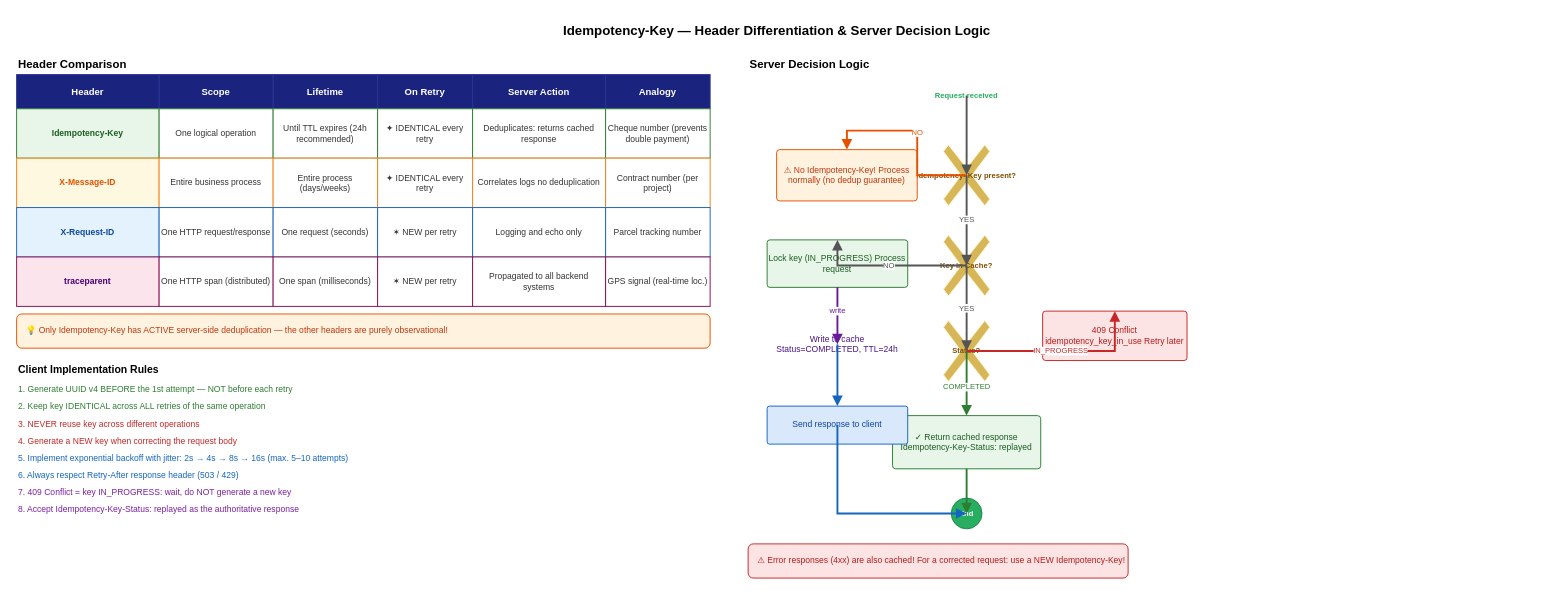
This is page "Header Differentiation" (2 of 2) of docs/usage/Idempotency_Key_Process_Flow.drawio from edgar-jung-test/gpke, a draw.io file, before an edit. Source tidied: cells renumbered, new cells numbered last; positions are measured from the earlier drawing's top-left corner, leaving out a move shared by most shapes. Both pictures are drawn from the tidied source at 95%, with x=0, y=0 at pixel (16, 16).
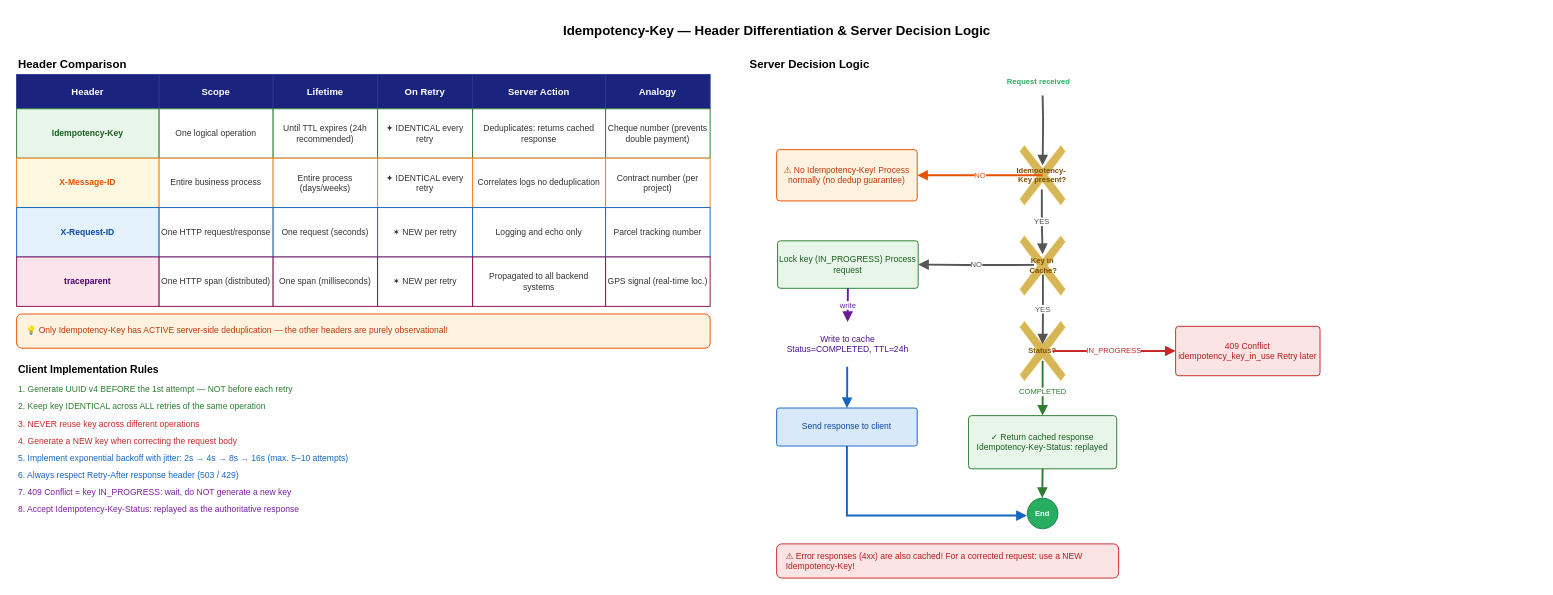
The same diagram, later.

The change refers to these unchanged cells:
```xml
<mxCell id="48" value="⚠ No Idempotency-Key! Process normally (no dedup guarantee)" style="rounded=1;whiteSpace=wrap;html=1;arcSize=6;fillColor=#fff3e0;strokeColor=#e65100;fontColor=#bf360c;fontSize=9;align=center;verticalAlign=middle;" parent="1" vertex="1">
  <mxGeometry x="800" y="140" width="148" height="54" as="geometry" />
</mxCell>
```

Change to the diagram source:
```diff
@@
     <mxCell id="45" value="Request received" style="shape=mxgraph.bpmn.shape;perimeter=mxPerimeter.ellipsePerimeter;symbol=general;fillColor=#ffffff;strokeColor=#27ae60;fontColor=#27ae60;fontSize=8;fontStyle=1;" parent="1" vertex="1">
-      <mxGeometry x="982" y="65" width="36" height="36" as="geometry" />
+      <mxGeometry x="1058" y="50" width="36" height="36" as="geometry" />
     </mxCell>
-    <mxCell id="46" value="Idempotency- Key present?" style="shape=mxgraph.bpmn.shape;perimeter=mxPerimeter.rhombusPerimeter;symbol=exclusiveGw;fillColor=#fff2cc;strokeColor=#d6b656;fontColor=#7d4e00;fontSize=8;fontStyle=1;align=center;" parent="1" vertex="1">
-      <mxGeometry x="968" y="135" width="64" height="64" as="geometry" />
+    <mxCell id="46" value="Idempotency- &#10;Key present?" style="shape=mxgraph.bpmn.shape;perimeter=mxPerimeter.rhombusPerimeter;symbol=exclusiveGw;fillColor=#fff2cc;strokeColor=#d6b656;fontColor=#7d4e00;fontSize=8;fontStyle=1;align=center;" parent="1" vertex="1">
+      <mxGeometry x="1048" y="135" width="64" height="64" as="geometry" />
     </mxCell>
-    <mxCell id="47" style="rounded=0;jettySize=auto;exitX=0.5;exitY=1;exitDx=0;exitDy=0;entryX=0.5;entryY=0;entryDx=0;entryDy=0;edgeStyle=orthogonalEdgeStyle;html=1;strokeColor=#555555;fontColor=#555555;fontSize=8;endArrow=block;endFill=1;strokeWidth=2;" parent="1" edge="1" source="45" target="46">
-      <mxGeometry relative="1" as="geometry" />
+    <mxCell id="47" style="rounded=0;jettySize=auto;exitX=0.5;exitY=1;exitDx=0;exitDy=0;entryX=0.5;entryY=0.339;entryDx=0;entryDy=0;edgeStyle=orthogonalEdgeStyle;html=1;strokeColor=#555555;fontColor=#555555;fontSize=8;endArrow=block;endFill=1;strokeWidth=2;entryPerimeter=0;" parent="1" edge="1" target="46">
+      <mxGeometry relative="1" as="geometry">
+        <mxPoint x="1080" y="83" as="sourcePoint" />
+      </mxGeometry>
     </mxCell>
@@
-    <mxCell id="49" value="NO" style="rounded=0;jettySize=auto;exitX=0.5;exitY=1;exitDx=0;exitDy=0;entryX=0.5;entryY=0;entryDx=0;entryDy=0;edgeStyle=orthogonalEdgeStyle;html=1;strokeColor=#e65100;fontColor=#e65100;fontSize=8;endArrow=block;endFill=1;strokeWidth=2;" parent="1" edge="1" source="46" target="48">
+    <mxCell id="49" value="NO" style="rounded=0;jettySize=auto;exitX=0.5;exitY=1;exitDx=0;exitDy=0;entryX=1;entryY=0.5;entryDx=0;entryDy=0;edgeStyle=orthogonalEdgeStyle;html=1;strokeColor=#e65100;fontColor=#e65100;fontSize=8;endArrow=block;endFill=1;strokeWidth=2;" parent="1" edge="1" source="46" target="48">
       <mxGeometry relative="1" as="geometry" />
     </mxCell>
-    <mxCell id="50" value="Key in Cache?" style="shape=mxgraph.bpmn.shape;perimeter=mxPerimeter.rhombusPerimeter;symbol=exclusiveGw;fillColor=#fff2cc;strokeColor=#d6b656;fontColor=#7d4e00;fontSize=8;fontStyle=1;align=center;" parent="1" vertex="1">
-      <mxGeometry x="968" y="230" width="64" height="64" as="geometry" />
+    <mxCell id="50" value="Key in&#10; Cache?" style="shape=mxgraph.bpmn.shape;perimeter=mxPerimeter.rhombusPerimeter;symbol=exclusiveGw;fillColor=#fff2cc;strokeColor=#d6b656;fontColor=#7d4e00;fontSize=8;fontStyle=1;align=center;" parent="1" vertex="1">
+      <mxGeometry x="1048" y="230" width="64" height="64" as="geometry" />
     </mxCell>
-    <mxCell id="51" value="YES" style="rounded=0;jettySize=auto;exitX=0.5;exitY=1;exitDx=0;exitDy=0;entryX=0.5;entryY=0;entryDx=0;entryDy=0;edgeStyle=orthogonalEdgeStyle;html=1;strokeColor=#555555;fontColor=#555555;fontSize=8;endArrow=block;endFill=1;strokeWidth=2;" parent="1" edge="1" source="46" target="50">
+    <mxCell id="51" value="YES" style="rounded=0;jettySize=auto;exitX=0.487;exitY=0.732;exitDx=0;exitDy=0;entryX=0.5;entryY=0.313;entryDx=0;entryDy=0;edgeStyle=orthogonalEdgeStyle;html=1;strokeColor=#555555;fontColor=#555555;fontSize=8;endArrow=block;endFill=1;strokeWidth=2;exitPerimeter=0;entryPerimeter=0;" parent="1" edge="1" source="46" target="50">
       <mxGeometry relative="1" as="geometry" />
     </mxCell>
     <mxCell id="52" value="Status?" style="shape=mxgraph.bpmn.shape;perimeter=mxPerimeter.rhombusPerimeter;symbol=exclusiveGw;fillColor=#fff2cc;strokeColor=#d6b656;fontColor=#7d4e00;fontSize=8;fontStyle=1;align=center;" parent="1" vertex="1">
-      <mxGeometry x="968" y="320" width="64" height="64" as="geometry" />
+      <mxGeometry x="1048" y="320" width="64" height="64" as="geometry" />
     </mxCell>
-    <mxCell id="53" value="YES" style="rounded=0;jettySize=auto;exitX=0.5;exitY=1;exitDx=0;exitDy=0;entryX=0.5;entryY=0;entryDx=0;entryDy=0;edgeStyle=orthogonalEdgeStyle;html=1;strokeColor=#555555;fontColor=#555555;fontSize=8;endArrow=block;endFill=1;strokeWidth=2;" parent="1" edge="1" source="50" target="52">
-      <mxGeometry relative="1" as="geometry" />
+    <mxCell id="53" value="YES" style="rounded=0;jettySize=auto;exitX=0.505;exitY=0.646;exitDx=0;exitDy=0;edgeStyle=orthogonalEdgeStyle;html=1;strokeColor=#555555;fontColor=#555555;fontSize=8;endArrow=block;endFill=1;strokeWidth=2;exitPerimeter=0;" parent="1" edge="1" source="50">
+      <mxGeometry relative="1" as="geometry">
+        <mxPoint x="1080" y="345" as="targetPoint" />
+      </mxGeometry>
     </mxCell>
     <mxCell id="54" value="✓ Return cached response Idempotency-Key-Status: replayed" style="rounded=1;whiteSpace=wrap;html=1;arcSize=6;fillColor=#e8f5e9;strokeColor=#2e7d32;fontColor=#1b5e20;fontSize=9;align=center;verticalAlign=middle;" parent="1" vertex="1">
-      <mxGeometry x="922" y="420" width="156" height="56" as="geometry" />
+      <mxGeometry x="1002" y="420" width="156" height="56" as="geometry" />
     </mxCell>
-    <mxCell id="55" value="COMPLETED" style="rounded=0;jettySize=auto;exitX=0.5;exitY=1;exitDx=0;exitDy=0;entryX=0.5;entryY=0;entryDx=0;entryDy=0;edgeStyle=orthogonalEdgeStyle;html=1;strokeColor=#2e7d32;fontColor=#2e7d32;fontSize=8;endArrow=block;endFill=1;strokeWidth=2;" parent="1" edge="1" source="52" target="54">
+    <mxCell id="55" value="COMPLETED" style="rounded=0;jettySize=auto;exitX=0.5;exitY=0.661;exitDx=0;exitDy=0;entryX=0.5;entryY=0;entryDx=0;entryDy=0;edgeStyle=orthogonalEdgeStyle;html=1;strokeColor=#2e7d32;fontColor=#2e7d32;fontSize=8;endArrow=block;endFill=1;strokeWidth=2;exitPerimeter=0;" parent="1" edge="1" source="52" target="54">
       <mxGeometry relative="1" as="geometry" />
     </mxCell>
     <mxCell id="56" value="409 Conflict idempotency_key_in_use Retry later" style="rounded=1;whiteSpace=wrap;html=1;arcSize=6;fillColor=#fce4e4;strokeColor=#c62828;fontColor=#b71c1c;fontSize=9;align=center;verticalAlign=middle;" parent="1" vertex="1">
-      <mxGeometry x="1080" y="310" width="152" height="52" as="geometry" />
+      <mxGeometry x="1220" y="326" width="152" height="52" as="geometry" />
     </mxCell>
-    <mxCell id="57" value="IN_PROGRESS" style="rounded=0;jettySize=auto;exitX=0.5;exitY=1;exitDx=0;exitDy=0;entryX=0.5;entryY=0;entryDx=0;entryDy=0;edgeStyle=orthogonalEdgeStyle;html=1;strokeColor=#c62828;fontColor=#c62828;fontSize=8;endArrow=block;endFill=1;strokeWidth=2;" parent="1" edge="1" source="52" target="56">
-      <mxGeometry relative="1" as="geometry">
-        <Array as="points">
-          <mxPoint x="1032" y="352" />
-          <mxPoint x="1156" y="352" />
-        </Array>
-      </mxGeometry>
+    <mxCell id="57" value="IN_PROGRESS" style="rounded=0;jettySize=auto;exitX=0.661;exitY=0.5;exitDx=0;exitDy=0;edgeStyle=orthogonalEdgeStyle;html=1;strokeColor=#c62828;fontColor=#c62828;fontSize=8;endArrow=block;endFill=1;strokeWidth=2;exitPerimeter=0;" parent="1" edge="1" source="52" target="56">
+      <mxGeometry relative="1" as="geometry" />
     </mxCell>
     <mxCell id="58" value="Lock key (IN_PROGRESS) Process request" style="rounded=1;whiteSpace=wrap;html=1;arcSize=6;fillColor=#e8f5e9;strokeColor=#2e7d32;fontColor=#1b5e20;fontSize=9;align=center;verticalAlign=middle;" parent="1" vertex="1">
-      <mxGeometry x="790" y="235" width="148" height="50" as="geometry" />
+      <mxGeometry x="801" y="236" width="148" height="50" as="geometry" />
     </mxCell>
-    <mxCell id="59" value="NO" style="rounded=0;jettySize=auto;exitX=0.5;exitY=1;exitDx=0;exitDy=0;entryX=0.5;entryY=0;entryDx=0;entryDy=0;edgeStyle=orthogonalEdgeStyle;html=1;strokeColor=#555555;fontColor=#555555;fontSize=8;endArrow=block;endFill=1;strokeWidth=2;" parent="1" edge="1" source="50" target="58">
-      <mxGeometry relative="1" as="geometry">
-        <Array as="points">
-          <mxPoint x="968" y="262" />
-          <mxPoint x="864" y="262" />
-        </Array>
-      </mxGeometry>
+    <mxCell id="59" value="NO" style="rounded=0;jettySize=auto;exitX=0.359;exitY=0.49;exitDx=0;exitDy=0;entryX=1;entryY=0.5;entryDx=0;entryDy=0;edgeStyle=orthogonalEdgeStyle;html=1;strokeColor=#555555;fontColor=#555555;fontSize=8;endArrow=block;endFill=1;strokeWidth=2;exitPerimeter=0;" parent="1" edge="1" source="50" target="58">
+      <mxGeometry relative="1" as="geometry" />
     </mxCell>
     <mxCell id="60" value="Write to cache Status=COMPLETED, TTL=24h" style="shape=mxgraph.bpmn.shape;perimeter=mxPerimeter.rectanglePerimeter;symbol=dataStore;whiteSpace=wrap;html=1;fillColor=#f3e5f5;strokeColor=#6a1b9a;fontColor=#4a148c;fontSize=9;align=center;" parent="1" vertex="1">
-      <mxGeometry x="790" y="320" width="148" height="50" as="geometry" />
+      <mxGeometry x="801" y="320" width="148" height="50" as="geometry" />
     </mxCell>
-    <mxCell id="61" value="write" style="rounded=0;jettySize=auto;exitX=0.5;exitY=1;exitDx=0;exitDy=0;entryX=0.5;entryY=0;entryDx=0;entryDy=0;edgeStyle=orthogonalEdgeStyle;html=1;strokeColor=#6a1b9a;fontColor=#6a1b9a;fontSize=8;endArrow=block;endFill=1;strokeWidth=2;" parent="1" edge="1" source="58" target="60">
+    <mxCell id="61" value="write" style="rounded=0;jettySize=auto;exitX=0.5;exitY=1;exitDx=0;exitDy=0;entryX=0.498;entryY=0.027;entryDx=0;entryDy=0;edgeStyle=orthogonalEdgeStyle;html=1;strokeColor=#6a1b9a;fontColor=#6a1b9a;fontSize=8;endArrow=block;endFill=1;strokeWidth=2;entryPerimeter=0;" parent="1" edge="1" source="58" target="60">
       <mxGeometry relative="1" as="geometry" />
     </mxCell>
     <mxCell id="62" value="Send response to client" style="rounded=1;whiteSpace=wrap;html=1;arcSize=6;fillColor=#dae8fc;strokeColor=#1565c0;fontColor=#0d47a1;fontSize=9;align=center;verticalAlign=middle;" parent="1" vertex="1">
-      <mxGeometry x="790" y="410" width="148" height="40" as="geometry" />
+      <mxGeometry x="800" y="412" width="148" height="40" as="geometry" />
     </mxCell>
-    <mxCell id="63" style="rounded=0;jettySize=auto;exitX=0.5;exitY=1;exitDx=0;exitDy=0;entryX=0.5;entryY=0;entryDx=0;entryDy=0;edgeStyle=orthogonalEdgeStyle;html=1;strokeColor=#1565c0;fontColor=#1565c0;fontSize=8;endArrow=block;endFill=1;strokeWidth=2;" parent="1" edge="1" source="60" target="62">
+    <mxCell id="63" style="rounded=0;jettySize=auto;exitX=0.495;exitY=0.973;exitDx=0;exitDy=0;entryX=0.5;entryY=0;entryDx=0;entryDy=0;edgeStyle=orthogonalEdgeStyle;html=1;strokeColor=#1565c0;fontColor=#1565c0;fontSize=8;endArrow=block;endFill=1;strokeWidth=2;exitPerimeter=0;" parent="1" edge="1" source="60" target="62">
       <mxGeometry relative="1" as="geometry" />
     </mxCell>
     <mxCell id="64" value="End" style="shape=mxgraph.bpmn.shape;perimeter=mxPerimeter.ellipsePerimeter;symbol=terminate;fillColor=#27ae60;strokeColor=#1e8449;fontColor=#ffffff;fontSize=8;fontStyle=1;" parent="1" vertex="1">
-      <mxGeometry x="982" y="505" width="36" height="36" as="geometry" />
+      <mxGeometry x="1062" y="505" width="36" height="36" as="geometry" />
     </mxCell>
-    <mxCell id="65" style="rounded=0;jettySize=auto;exitX=0.5;exitY=1;exitDx=0;exitDy=0;entryX=0.5;entryY=0;entryDx=0;entryDy=0;edgeStyle=orthogonalEdgeStyle;html=1;strokeColor=#2e7d32;fontColor=#2e7d32;fontSize=8;endArrow=block;endFill=1;strokeWidth=2;" parent="1" edge="1" source="54" target="64">
+    <mxCell id="65" style="rounded=0;jettySize=auto;exitX=0.5;exitY=1;exitDx=0;exitDy=0;entryX=0.489;entryY=0.045;entryDx=0;entryDy=0;edgeStyle=orthogonalEdgeStyle;html=1;strokeColor=#2e7d32;fontColor=#2e7d32;fontSize=8;endArrow=block;endFill=1;strokeWidth=2;entryPerimeter=0;" parent="1" edge="1" source="54" target="64">
       <mxGeometry relative="1" as="geometry" />
     </mxCell>
-    <mxCell id="66" style="rounded=0;jettySize=auto;exitX=0.5;exitY=1;exitDx=0;exitDy=0;entryX=0.5;entryY=0;entryDx=0;entryDy=0;edgeStyle=orthogonalEdgeStyle;html=1;strokeColor=#1565c0;fontColor=#1565c0;fontSize=8;endArrow=block;endFill=1;strokeWidth=2;" parent="1" edge="1" source="62" target="64">
+    <mxCell id="66" style="rounded=0;jettySize=auto;exitX=0.5;exitY=1;exitDx=0;exitDy=0;edgeStyle=orthogonalEdgeStyle;html=1;strokeColor=#1565c0;fontColor=#1565c0;fontSize=8;endArrow=block;endFill=1;strokeWidth=2;entryX=0.037;entryY=0.561;entryDx=0;entryDy=0;entryPerimeter=0;" parent="1" edge="1" source="62" target="64">
       <mxGeometry relative="1" as="geometry">
         <Array as="points">
-          <mxPoint x="864" y="430" />
-          <mxPoint x="864" y="523" />
+          <mxPoint x="874" y="525" />
         </Array>
       </mxGeometry>
     </mxCell>
     <mxCell id="67" value="⚠  Error responses (4xx) are also cached!    For a corrected request: use a NEW Idempotency-Key!" style="rounded=1;whiteSpace=wrap;html=1;fillColor=#fce4e4;strokeColor=#c62828;fontColor=#b71c1c;fontSize=9;align=left;spacingLeft=8;" parent="1" vertex="1">
-      <mxGeometry x="770" y="555" width="400" height="36" as="geometry" />
+      <mxGeometry x="800" y="555" width="360" height="36" as="geometry" />
     </mxCell>
```
